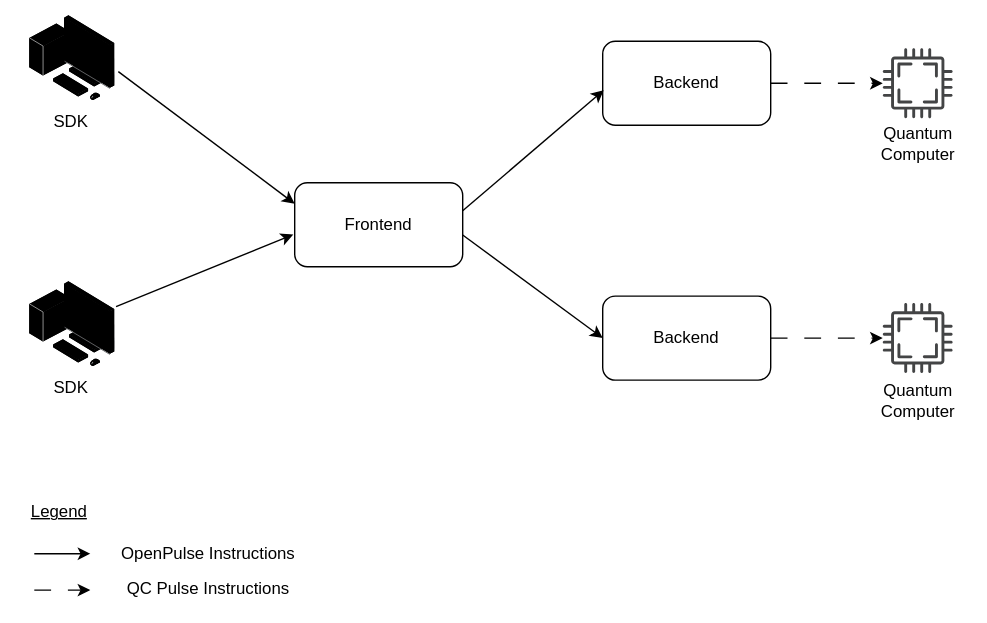
tergite/tergite.github.io keeps this draw.io diagram as assets/img/index/tergite-overview.svg. Above is the earlier version. Source tidied: cells renumbered, new cells last; positions are measured from the earlier drawing's top-left corner, leaving out a move shared by most shapes.
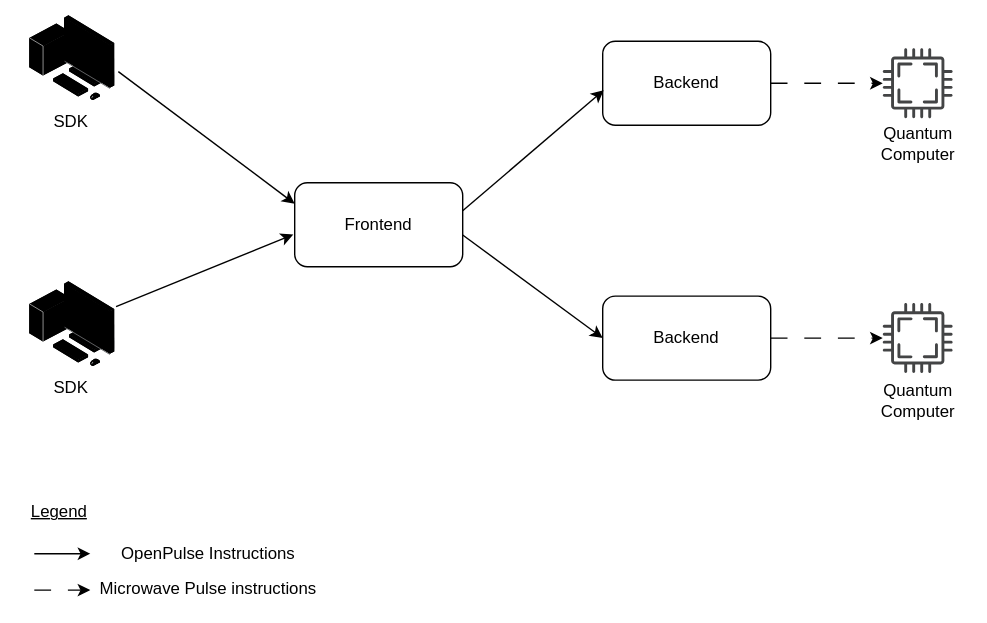
After the change.

Diff of the diagram source:
```diff
@@ -70,7 +70,7 @@
     <mxCell id="23" style="group;" parent="1" vertex="1">
       <mxGeometry x="10" y="340" width="203" height="85" as="geometry" />
     </mxCell>
-    <mxCell id="24" value="QC Pulse Instructions" style="text;html=1;align=center;verticalAlign=middle;strokeColor=none;fillColor=none;" parent="23" vertex="1">
+    <mxCell id="24" value="Microwave Pulse instructions" style="text;html=1;align=center;verticalAlign=middle;strokeColor=none;fillColor=none;" parent="23" vertex="1">
       <mxGeometry x="58" y="55" width="140" height="30" as="geometry" />
     </mxCell>
     <mxCell id="25" style="endArrow=classic;html=1;rounded=0;" parent="23" edge="1">
```
